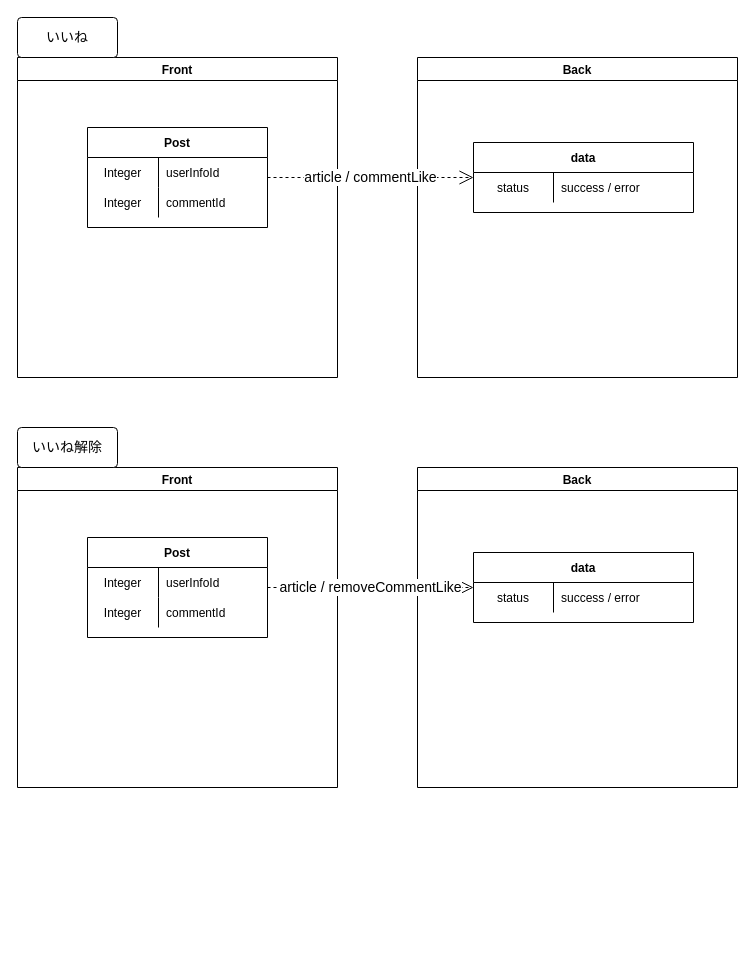
This is page "[機能]コメントLIKE" (17 of 20) of Designs/基本設計.drawio from yusuke-rakus/Qiish, a draw.io file, before an edit. Source tidied: cells renumbered, new cells numbered last; positions are measured from the earlier drawing's top-left corner, leaving out a move shared by most shapes. Both pictures are drawn from the tidied source at 100%, with x=0, y=0 at pixel (17, 17).
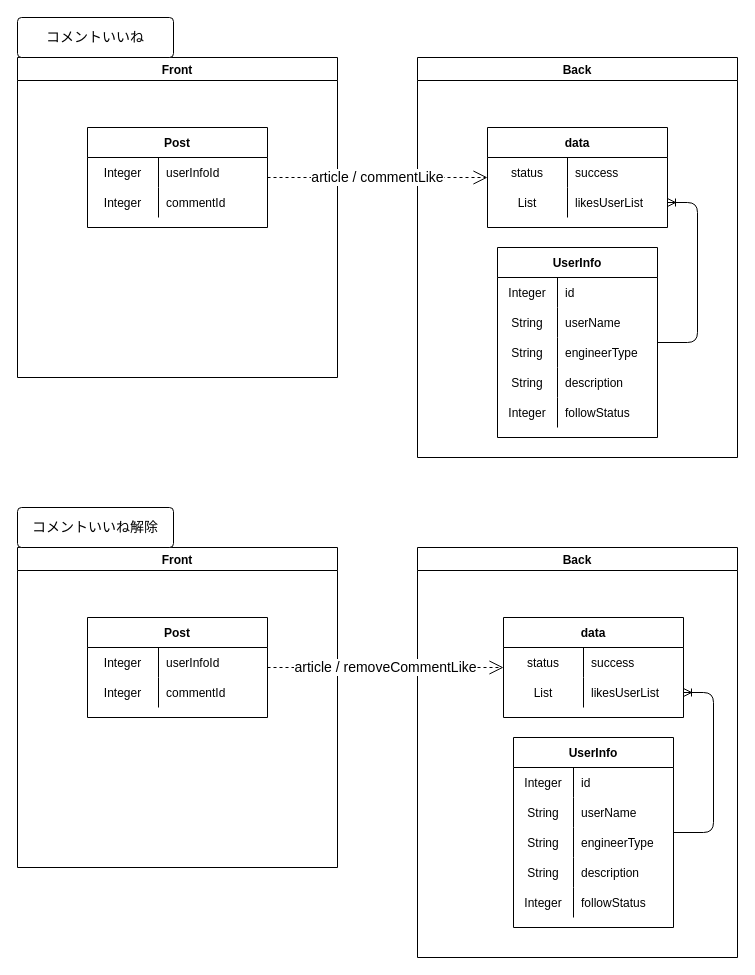
The same diagram, later.

The change refers to these unchanged cells:
```xml
<mxCell id="3" value="Post" style="shape=table;startSize=30;childLayout=tableLayout;rowLines=0;fontStyle=1;align=center;" parent="2" vertex="1">
  <mxGeometry x="70" y="70" width="180" height="100" as="geometry" />
</mxCell>
<mxCell id="17" value="Post" style="shape=table;startSize=30;childLayout=tableLayout;rowLines=0;fontStyle=1;align=center;" parent="16" vertex="1">
  <mxGeometry x="70" y="70" width="180" height="100" as="geometry" />
</mxCell>
```

The edit, as a diff of the source:
```diff
@@
     <mxCell id="10" value="Back" style="swimlane;" parent="1" vertex="1">
-      <mxGeometry x="400" y="40" width="320" height="320" as="geometry" />
+      <mxGeometry x="400" y="40" width="320" height="400" as="geometry" />
     </mxCell>
-    <mxCell id="11" value="data" style="shape=table;startSize=30;childLayout=tableLayout;rowLines=0;fontStyle=1;align=center;" parent="10" vertex="1">
-      <mxGeometry x="56" y="85" width="220" height="70" as="geometry" />
-    </mxCell>
-    <mxCell id="12" style="shape=partialRectangle;fillColor=none;top=0;left=0;bottom=0;right=0;" parent="11" vertex="1">
-      <mxGeometry y="30" width="220" height="30" as="geometry" />
-    </mxCell>
-    <mxCell id="13" value="status" style="shape=partialRectangle;fillColor=none;top=0;left=0;bottom=0;right=0;overflow=hidden;" parent="12" vertex="1">
-      <mxGeometry width="80" height="30" as="geometry" />
-    </mxCell>
-    <mxCell id="14" value="success / error" style="shape=partialRectangle;fillColor=none;top=0;left=0;bottom=0;right=0;align=left;spacingLeft=6;overflow=hidden;" parent="12" vertex="1">
-      <mxGeometry x="80" width="140" height="30" as="geometry" />
-    </mxCell>
+    <mxCell id="32" value="data" style="shape=table;startSize=30;childLayout=tableLayout;rowLines=0;fontStyle=1;align=center;" parent="10" vertex="1">
+      <mxGeometry x="70" y="70" width="180" height="100" as="geometry" />
+    </mxCell>
+    <mxCell id="33" style="shape=partialRectangle;fillColor=none;top=0;left=0;bottom=0;right=0;" parent="32" vertex="1">
+      <mxGeometry y="30" width="180" height="30" as="geometry" />
+    </mxCell>
+    <mxCell id="34" value="status" style="shape=partialRectangle;fillColor=none;top=0;left=0;bottom=0;right=0;overflow=hidden;" parent="33" vertex="1">
+      <mxGeometry width="80" height="30" as="geometry" />
+    </mxCell>
+    <mxCell id="35" value="success" style="shape=partialRectangle;fillColor=none;top=0;left=0;bottom=0;right=0;align=left;spacingLeft=6;overflow=hidden;" parent="33" vertex="1">
+      <mxGeometry x="80" width="100" height="30" as="geometry" />
+    </mxCell>
+    <mxCell id="36" style="shape=partialRectangle;fillColor=none;top=0;left=0;bottom=0;right=0;points=[[0,0.5],[1,0.5]];portConstraint=eastwest;" parent="32" vertex="1">
+      <mxGeometry y="60" width="180" height="30" as="geometry" />
+    </mxCell>
+    <mxCell id="37" value="List" style="shape=partialRectangle;fillColor=none;top=0;left=0;bottom=0;right=0;overflow=hidden;" parent="36" vertex="1">
+      <mxGeometry width="80" height="30" as="geometry" />
+    </mxCell>
+    <mxCell id="38" value="likesUserList" style="shape=partialRectangle;fillColor=none;top=0;left=0;bottom=0;right=0;align=left;spacingLeft=6;overflow=hidden;" parent="36" vertex="1">
+      <mxGeometry x="80" width="100" height="30" as="geometry" />
+    </mxCell>
+    <mxCell id="39" value="UserInfo" style="shape=table;startSize=30;childLayout=tableLayout;rowLines=0;fontStyle=1;align=center;" parent="10" vertex="1">
+      <mxGeometry x="80" y="190" width="160" height="190" as="geometry" />
+    </mxCell>
+    <mxCell id="40" style="shape=partialRectangle;fillColor=none;top=0;left=0;bottom=0;right=0;" parent="39" vertex="1">
+      <mxGeometry y="30" width="160" height="30" as="geometry" />
+    </mxCell>
+    <mxCell id="41" value="Integer" style="shape=partialRectangle;fillColor=none;top=0;left=0;bottom=0;right=0;overflow=hidden;" parent="40" vertex="1">
+      <mxGeometry width="60" height="30" as="geometry" />
+    </mxCell>
+    <mxCell id="42" value="id" style="shape=partialRectangle;fillColor=none;top=0;left=0;bottom=0;right=0;align=left;spacingLeft=6;overflow=hidden;" parent="40" vertex="1">
+      <mxGeometry x="60" width="100" height="30" as="geometry" />
+    </mxCell>
+    <mxCell id="43" style="shape=partialRectangle;fillColor=none;top=0;left=0;bottom=0;right=0;" parent="39" vertex="1">
+      <mxGeometry y="60" width="160" height="30" as="geometry" />
+    </mxCell>
+    <mxCell id="44" value="String" style="shape=partialRectangle;fillColor=none;top=0;left=0;bottom=0;right=0;overflow=hidden;" parent="43" vertex="1">
+      <mxGeometry width="60" height="30" as="geometry" />
+    </mxCell>
+    <mxCell id="45" value="userName" style="shape=partialRectangle;fillColor=none;top=0;left=0;bottom=0;right=0;align=left;spacingLeft=6;overflow=hidden;" parent="43" vertex="1">
+      <mxGeometry x="60" width="100" height="30" as="geometry" />
+    </mxCell>
+    <mxCell id="46" style="shape=partialRectangle;fillColor=none;top=0;left=0;bottom=0;right=0;" parent="39" vertex="1">
+      <mxGeometry y="90" width="160" height="30" as="geometry" />
+    </mxCell>
+    <mxCell id="47" value="String" style="shape=partialRectangle;fillColor=none;top=0;left=0;bottom=0;right=0;overflow=hidden;" parent="46" vertex="1">
+      <mxGeometry width="60" height="30" as="geometry" />
+    </mxCell>
+    <mxCell id="48" value="engineerType" style="shape=partialRectangle;fillColor=none;top=0;left=0;bottom=0;right=0;align=left;spacingLeft=6;overflow=hidden;" parent="46" vertex="1">
+      <mxGeometry x="60" width="100" height="30" as="geometry" />
+    </mxCell>
+    <mxCell id="49" style="shape=partialRectangle;fillColor=none;top=0;left=0;bottom=0;right=0;" parent="39" vertex="1">
+      <mxGeometry y="120" width="160" height="30" as="geometry" />
+    </mxCell>
+    <mxCell id="50" value="String" style="shape=partialRectangle;fillColor=none;top=0;left=0;bottom=0;right=0;overflow=hidden;" parent="49" vertex="1">
+      <mxGeometry width="60" height="30" as="geometry" />
+    </mxCell>
+    <mxCell id="51" value="description" style="shape=partialRectangle;fillColor=none;top=0;left=0;bottom=0;right=0;align=left;spacingLeft=6;overflow=hidden;" parent="49" vertex="1">
+      <mxGeometry x="60" width="100" height="30" as="geometry" />
+    </mxCell>
+    <mxCell id="52" style="shape=partialRectangle;fillColor=none;top=0;left=0;bottom=0;right=0;" parent="39" vertex="1">
+      <mxGeometry y="150" width="160" height="30" as="geometry" />
+    </mxCell>
+    <mxCell id="53" value="Integer" style="shape=partialRectangle;fillColor=none;top=0;left=0;bottom=0;right=0;overflow=hidden;" parent="52" vertex="1">
+      <mxGeometry width="60" height="30" as="geometry" />
+    </mxCell>
+    <mxCell id="54" value="followStatus" style="shape=partialRectangle;fillColor=none;top=0;left=0;bottom=0;right=0;align=left;spacingLeft=6;overflow=hidden;" parent="52" vertex="1">
+      <mxGeometry x="60" width="100" height="30" as="geometry" />
+    </mxCell>
+    <mxCell id="55" style="edgeStyle=entityRelationEdgeStyle;fontSize=12;html=1;endArrow=ERoneToMany;" parent="10" edge="1" source="39" target="36">
+      <mxGeometry relative="1" as="geometry" />
+    </mxCell>
-    <mxCell id="15" value="&lt;font style=&quot;font-size: 14px&quot;&gt;article / commentLike&lt;/font&gt;" style="endArrow=open;endSize=12;dashed=1;html=1;" parent="1" edge="1" source="3" target="11">
+    <mxCell id="15" value="&lt;font style=&quot;font-size: 14px&quot;&gt;article / commentLike&lt;/font&gt;" style="endArrow=open;endSize=12;dashed=1;html=1;" parent="1" edge="1" source="3" target="32">
       <mxGeometry relative="1" as="geometry" />
     </mxCell>
     <mxCell id="16" value="Front" style="swimlane;" parent="1" vertex="1">
-      <mxGeometry y="450" width="320" height="320" as="geometry" />
+      <mxGeometry y="530" width="320" height="320" as="geometry" />
     </mxCell>
@@
     <mxCell id="24" value="Back" style="swimlane;" parent="1" vertex="1">
-      <mxGeometry x="400" y="450" width="320" height="320" as="geometry" />
+      <mxGeometry x="400" y="530" width="320" height="410" as="geometry" />
     </mxCell>
-    <mxCell id="25" value="data" style="shape=table;startSize=30;childLayout=tableLayout;rowLines=0;fontStyle=1;align=center;" parent="24" vertex="1">
-      <mxGeometry x="56" y="85" width="220" height="70" as="geometry" />
-    </mxCell>
-    <mxCell id="26" style="shape=partialRectangle;fillColor=none;top=0;left=0;bottom=0;right=0;" parent="25" vertex="1">
-      <mxGeometry y="30" width="220" height="30" as="geometry" />
-    </mxCell>
-    <mxCell id="27" value="status" style="shape=partialRectangle;fillColor=none;top=0;left=0;bottom=0;right=0;overflow=hidden;" parent="26" vertex="1">
-      <mxGeometry width="80" height="30" as="geometry" />
-    </mxCell>
-    <mxCell id="28" value="success / error" style="shape=partialRectangle;fillColor=none;top=0;left=0;bottom=0;right=0;align=left;spacingLeft=6;overflow=hidden;" parent="26" vertex="1">
-      <mxGeometry x="80" width="140" height="30" as="geometry" />
-    </mxCell>
+    <mxCell id="56" value="data" style="shape=table;startSize=30;childLayout=tableLayout;rowLines=0;fontStyle=1;align=center;" parent="24" vertex="1">
+      <mxGeometry x="86" y="70" width="180" height="100" as="geometry" />
+    </mxCell>
+    <mxCell id="57" style="shape=partialRectangle;fillColor=none;top=0;left=0;bottom=0;right=0;" parent="56" vertex="1">
+      <mxGeometry y="30" width="180" height="30" as="geometry" />
+    </mxCell>
+    <mxCell id="58" value="status" style="shape=partialRectangle;fillColor=none;top=0;left=0;bottom=0;right=0;overflow=hidden;" parent="57" vertex="1">
+      <mxGeometry width="80" height="30" as="geometry" />
+    </mxCell>
+    <mxCell id="59" value="success" style="shape=partialRectangle;fillColor=none;top=0;left=0;bottom=0;right=0;align=left;spacingLeft=6;overflow=hidden;" parent="57" vertex="1">
+      <mxGeometry x="80" width="100" height="30" as="geometry" />
+    </mxCell>
+    <mxCell id="60" style="shape=partialRectangle;fillColor=none;top=0;left=0;bottom=0;right=0;points=[[0,0.5],[1,0.5]];portConstraint=eastwest;" parent="56" vertex="1">
+      <mxGeometry y="60" width="180" height="30" as="geometry" />
+    </mxCell>
+    <mxCell id="61" value="List" style="shape=partialRectangle;fillColor=none;top=0;left=0;bottom=0;right=0;overflow=hidden;" parent="60" vertex="1">
+      <mxGeometry width="80" height="30" as="geometry" />
+    </mxCell>
+    <mxCell id="62" value="likesUserList" style="shape=partialRectangle;fillColor=none;top=0;left=0;bottom=0;right=0;align=left;spacingLeft=6;overflow=hidden;" parent="60" vertex="1">
+      <mxGeometry x="80" width="100" height="30" as="geometry" />
+    </mxCell>
+    <mxCell id="63" value="UserInfo" style="shape=table;startSize=30;childLayout=tableLayout;rowLines=0;fontStyle=1;align=center;" parent="24" vertex="1">
+      <mxGeometry x="96" y="190" width="160" height="190" as="geometry" />
+    </mxCell>
+    <mxCell id="64" style="shape=partialRectangle;fillColor=none;top=0;left=0;bottom=0;right=0;" parent="63" vertex="1">
+      <mxGeometry y="30" width="160" height="30" as="geometry" />
+    </mxCell>
+    <mxCell id="65" value="Integer" style="shape=partialRectangle;fillColor=none;top=0;left=0;bottom=0;right=0;overflow=hidden;" parent="64" vertex="1">
+      <mxGeometry width="60" height="30" as="geometry" />
+    </mxCell>
+    <mxCell id="66" value="id" style="shape=partialRectangle;fillColor=none;top=0;left=0;bottom=0;right=0;align=left;spacingLeft=6;overflow=hidden;" parent="64" vertex="1">
+      <mxGeometry x="60" width="100" height="30" as="geometry" />
+    </mxCell>
+    <mxCell id="67" style="shape=partialRectangle;fillColor=none;top=0;left=0;bottom=0;right=0;" parent="63" vertex="1">
+      <mxGeometry y="60" width="160" height="30" as="geometry" />
+    </mxCell>
+    <mxCell id="68" value="String" style="shape=partialRectangle;fillColor=none;top=0;left=0;bottom=0;right=0;overflow=hidden;" parent="67" vertex="1">
+      <mxGeometry width="60" height="30" as="geometry" />
+    </mxCell>
+    <mxCell id="69" value="userName" style="shape=partialRectangle;fillColor=none;top=0;left=0;bottom=0;right=0;align=left;spacingLeft=6;overflow=hidden;" parent="67" vertex="1">
+      <mxGeometry x="60" width="100" height="30" as="geometry" />
+    </mxCell>
+    <mxCell id="70" style="shape=partialRectangle;fillColor=none;top=0;left=0;bottom=0;right=0;" parent="63" vertex="1">
+      <mxGeometry y="90" width="160" height="30" as="geometry" />
+    </mxCell>
+    <mxCell id="71" value="String" style="shape=partialRectangle;fillColor=none;top=0;left=0;bottom=0;right=0;overflow=hidden;" parent="70" vertex="1">
+      <mxGeometry width="60" height="30" as="geometry" />
+    </mxCell>
+    <mxCell id="72" value="engineerType" style="shape=partialRectangle;fillColor=none;top=0;left=0;bottom=0;right=0;align=left;spacingLeft=6;overflow=hidden;" parent="70" vertex="1">
+      <mxGeometry x="60" width="100" height="30" as="geometry" />
+    </mxCell>
+    <mxCell id="73" style="shape=partialRectangle;fillColor=none;top=0;left=0;bottom=0;right=0;" parent="63" vertex="1">
+      <mxGeometry y="120" width="160" height="30" as="geometry" />
+    </mxCell>
+    <mxCell id="74" value="String" style="shape=partialRectangle;fillColor=none;top=0;left=0;bottom=0;right=0;overflow=hidden;" parent="73" vertex="1">
+      <mxGeometry width="60" height="30" as="geometry" />
+    </mxCell>
+    <mxCell id="75" value="description" style="shape=partialRectangle;fillColor=none;top=0;left=0;bottom=0;right=0;align=left;spacingLeft=6;overflow=hidden;" parent="73" vertex="1">
+      <mxGeometry x="60" width="100" height="30" as="geometry" />
+    </mxCell>
+    <mxCell id="76" style="shape=partialRectangle;fillColor=none;top=0;left=0;bottom=0;right=0;" parent="63" vertex="1">
+      <mxGeometry y="150" width="160" height="30" as="geometry" />
+    </mxCell>
+    <mxCell id="77" value="Integer" style="shape=partialRectangle;fillColor=none;top=0;left=0;bottom=0;right=0;overflow=hidden;" parent="76" vertex="1">
+      <mxGeometry width="60" height="30" as="geometry" />
+    </mxCell>
+    <mxCell id="78" value="followStatus" style="shape=partialRectangle;fillColor=none;top=0;left=0;bottom=0;right=0;align=left;spacingLeft=6;overflow=hidden;" parent="76" vertex="1">
+      <mxGeometry x="60" width="100" height="30" as="geometry" />
+    </mxCell>
+    <mxCell id="79" style="edgeStyle=entityRelationEdgeStyle;fontSize=12;html=1;endArrow=ERoneToMany;" parent="24" edge="1" source="63" target="60">
+      <mxGeometry relative="1" as="geometry" />
+    </mxCell>
-    <mxCell id="29" value="&lt;font style=&quot;font-size: 14px&quot;&gt;article / removeCommentLike&lt;/font&gt;" style="endArrow=open;endSize=12;dashed=1;html=1;" parent="1" edge="1" source="17" target="25">
+    <mxCell id="29" value="&lt;font style=&quot;font-size: 14px&quot;&gt;article / removeCommentLike&lt;/font&gt;" style="endArrow=open;endSize=12;dashed=1;html=1;" parent="1" edge="1" source="17" target="56">
       <mxGeometry relative="1" as="geometry" />
     </mxCell>
-    <mxCell id="30" value="いいね解除" style="rounded=1;arcSize=10;whiteSpace=wrap;html=1;align=center;fontSize=14;" parent="1" vertex="1">
-      <mxGeometry y="410" width="100" height="40" as="geometry" />
-    </mxCell>
-    <mxCell id="31" value="いいね" style="rounded=1;arcSize=10;whiteSpace=wrap;html=1;align=center;fontSize=14;" parent="1" vertex="1">
-      <mxGeometry width="100" height="40" as="geometry" />
+    <mxCell id="31" value="コメントいいね" style="rounded=1;arcSize=10;whiteSpace=wrap;html=1;align=center;fontSize=14;" parent="1" vertex="1">
+      <mxGeometry width="156" height="40" as="geometry" />
     </mxCell>
+    <mxCell id="80" value="コメントいいね解除" style="rounded=1;arcSize=10;whiteSpace=wrap;html=1;align=center;fontSize=14;" parent="1" vertex="1">
+      <mxGeometry y="490" width="156" height="40" as="geometry" />
+    </mxCell>
```
